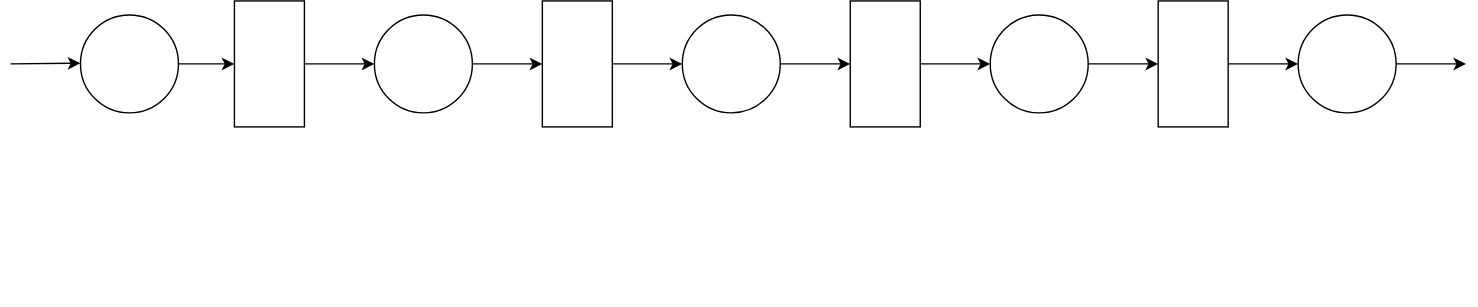
This is pse1.drawio.svg from machiye/Text, a draw.io export, as it was before one commit. Source tidied: cells renumbered, new cells last; positions are measured from the earlier drawing's top-left corner, leaving out a move shared by most shapes.
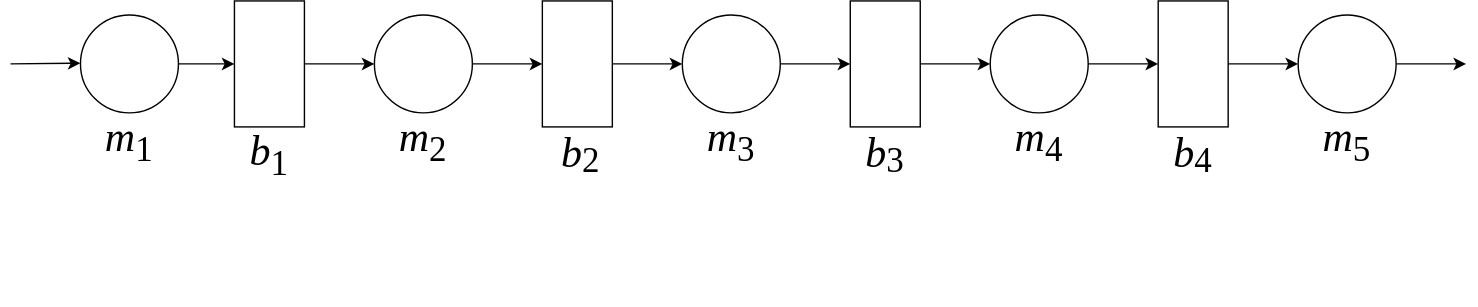
After the change.

Change to the diagram source:
```diff
@@ -70,5 +70,32 @@
         <mxPoint x="1040" y="45" as="targetPoint" />
       </mxGeometry>
     </mxCell>
+    <mxCell id="22" value="&lt;font face=&quot;Times New Roman&quot; style=&quot;font-size: 30px&quot;&gt;&lt;i&gt;m&lt;/i&gt;&lt;sub&gt;1&lt;/sub&gt;&lt;/font&gt;" style="text;html=1;strokeColor=none;fillColor=none;align=center;verticalAlign=middle;whiteSpace=wrap;rounded=0;" parent="1" vertex="1">
+      <mxGeometry x="65" y="90" width="40" height="20" as="geometry" />
+    </mxCell>
+    <mxCell id="23" value="&lt;font face=&quot;Times New Roman&quot; style=&quot;font-size: 30px&quot;&gt;&lt;i&gt;m&lt;/i&gt;&lt;sub&gt;2&lt;/sub&gt;&lt;/font&gt;" style="text;html=1;strokeColor=none;fillColor=none;align=center;verticalAlign=middle;whiteSpace=wrap;rounded=0;" parent="1" vertex="1">
+      <mxGeometry x="275" y="90" width="40" height="20" as="geometry" />
+    </mxCell>
+    <mxCell id="24" value="&lt;font face=&quot;Times New Roman&quot; style=&quot;font-size: 30px&quot;&gt;&lt;i&gt;m&lt;/i&gt;&lt;sub&gt;3&lt;/sub&gt;&lt;/font&gt;" style="text;html=1;strokeColor=none;fillColor=none;align=center;verticalAlign=middle;whiteSpace=wrap;rounded=0;" parent="1" vertex="1">
+      <mxGeometry x="495" y="90" width="40" height="20" as="geometry" />
+    </mxCell>
+    <mxCell id="25" value="&lt;font face=&quot;Times New Roman&quot; style=&quot;font-size: 30px&quot;&gt;&lt;i&gt;m&lt;/i&gt;&lt;sub&gt;4&lt;/sub&gt;&lt;/font&gt;" style="text;html=1;strokeColor=none;fillColor=none;align=center;verticalAlign=middle;whiteSpace=wrap;rounded=0;" parent="1" vertex="1">
+      <mxGeometry x="715" y="90" width="40" height="20" as="geometry" />
+    </mxCell>
+    <mxCell id="26" value="&lt;font face=&quot;Times New Roman&quot; style=&quot;font-size: 30px&quot;&gt;&lt;i&gt;m&lt;/i&gt;&lt;sub&gt;5&lt;/sub&gt;&lt;/font&gt;" style="text;html=1;strokeColor=none;fillColor=none;align=center;verticalAlign=middle;whiteSpace=wrap;rounded=0;" parent="1" vertex="1">
+      <mxGeometry x="935" y="90" width="40" height="20" as="geometry" />
+    </mxCell>
+    <mxCell id="27" value="&lt;font face=&quot;Times New Roman&quot;&gt;&lt;span style=&quot;font-size: 30px&quot;&gt;&lt;i&gt;b&lt;/i&gt;&lt;sub&gt;1&lt;/sub&gt;&lt;/span&gt;&lt;/font&gt;" style="text;html=1;strokeColor=none;fillColor=none;align=center;verticalAlign=middle;whiteSpace=wrap;rounded=0;" parent="1" vertex="1">
+      <mxGeometry x="165" y="100" width="40" height="20" as="geometry" />
+    </mxCell>
+    <mxCell id="28" value="&lt;font face=&quot;Times New Roman&quot;&gt;&lt;span style=&quot;font-style: italic ; font-size: 30px&quot;&gt;b&lt;/span&gt;&lt;sub&gt;&lt;font style=&quot;font-size: 25px&quot;&gt;2&lt;/font&gt;&lt;/sub&gt;&lt;/font&gt;" style="text;html=1;strokeColor=none;fillColor=none;align=center;verticalAlign=middle;whiteSpace=wrap;rounded=0;" parent="1" vertex="1">
+      <mxGeometry x="385" y="100" width="45" height="20" as="geometry" />
+    </mxCell>
+    <mxCell id="29" value="&lt;font face=&quot;Times New Roman&quot;&gt;&lt;span style=&quot;font-style: italic ; font-size: 30px&quot;&gt;b&lt;/span&gt;&lt;sub&gt;&lt;font style=&quot;font-size: 25px&quot;&gt;3&lt;/font&gt;&lt;/sub&gt;&lt;/font&gt;" style="text;html=1;strokeColor=none;fillColor=none;align=center;verticalAlign=middle;whiteSpace=wrap;rounded=0;" parent="1" vertex="1">
+      <mxGeometry x="605" y="100" width="40" height="20" as="geometry" />
+    </mxCell>
+    <mxCell id="30" value="&lt;font face=&quot;Times New Roman&quot;&gt;&lt;span style=&quot;font-style: italic ; font-size: 30px&quot;&gt;b&lt;/span&gt;&lt;sub&gt;&lt;font style=&quot;font-size: 25px&quot;&gt;4&lt;/font&gt;&lt;/sub&gt;&lt;/font&gt;" style="text;html=1;strokeColor=none;fillColor=none;align=center;verticalAlign=middle;whiteSpace=wrap;rounded=0;" parent="1" vertex="1">
+      <mxGeometry x="825" y="100" width="40" height="20" as="geometry" />
+    </mxCell>
   </root>
 </mxGraphModel>
```
